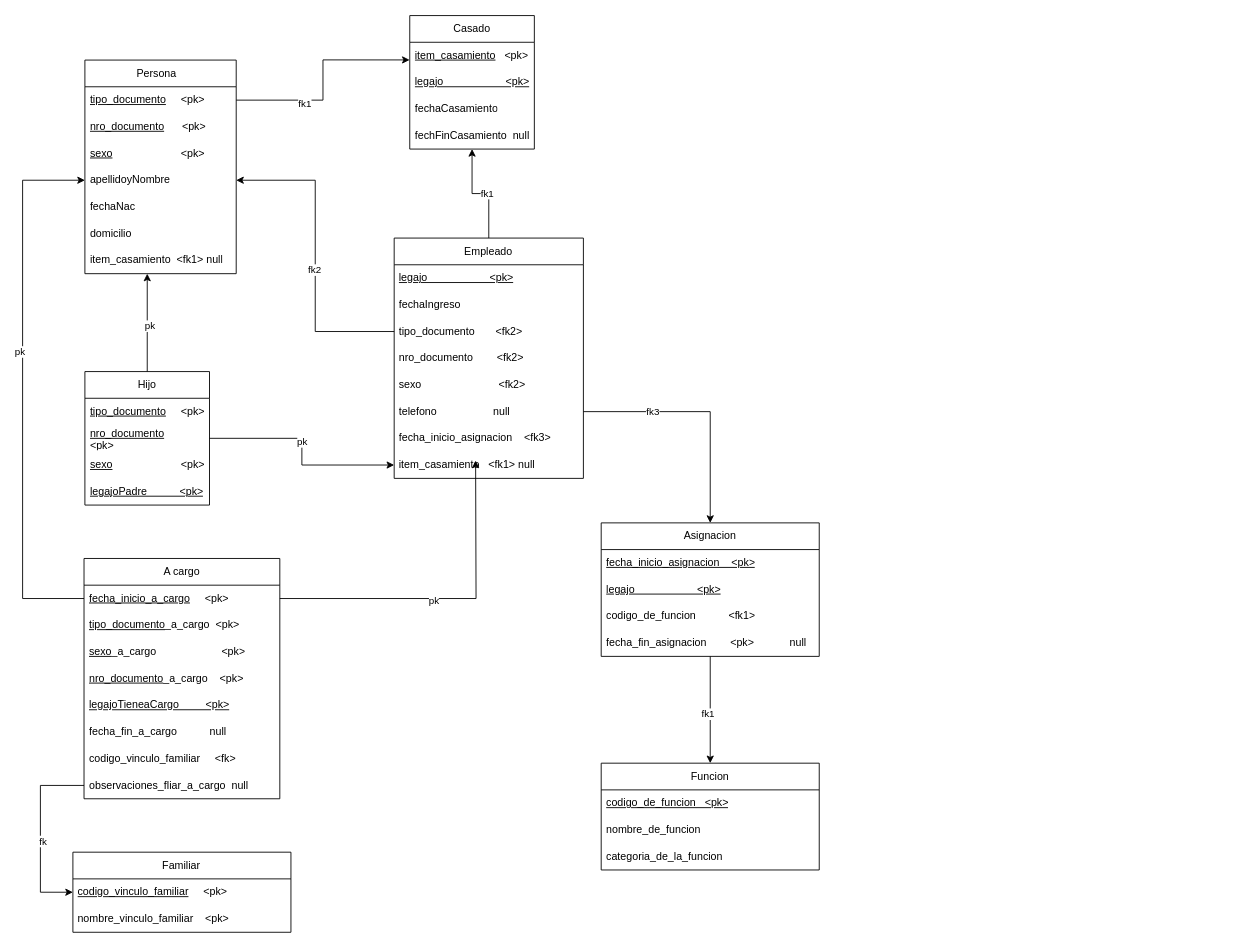
The draw.io diagram UmlFisico/Practicas/AdministracionPersonal.drawio in Logan6422/UMLDiagrams, before the edit. Source tidied: cells renumbered, new cells numbered last; positions are measured from the earlier drawing's top-left corner, leaving out a move shared by most shapes. Both pictures are drawn from the tidied source at 89%, with x=0, y=0 at pixel (22, 15).
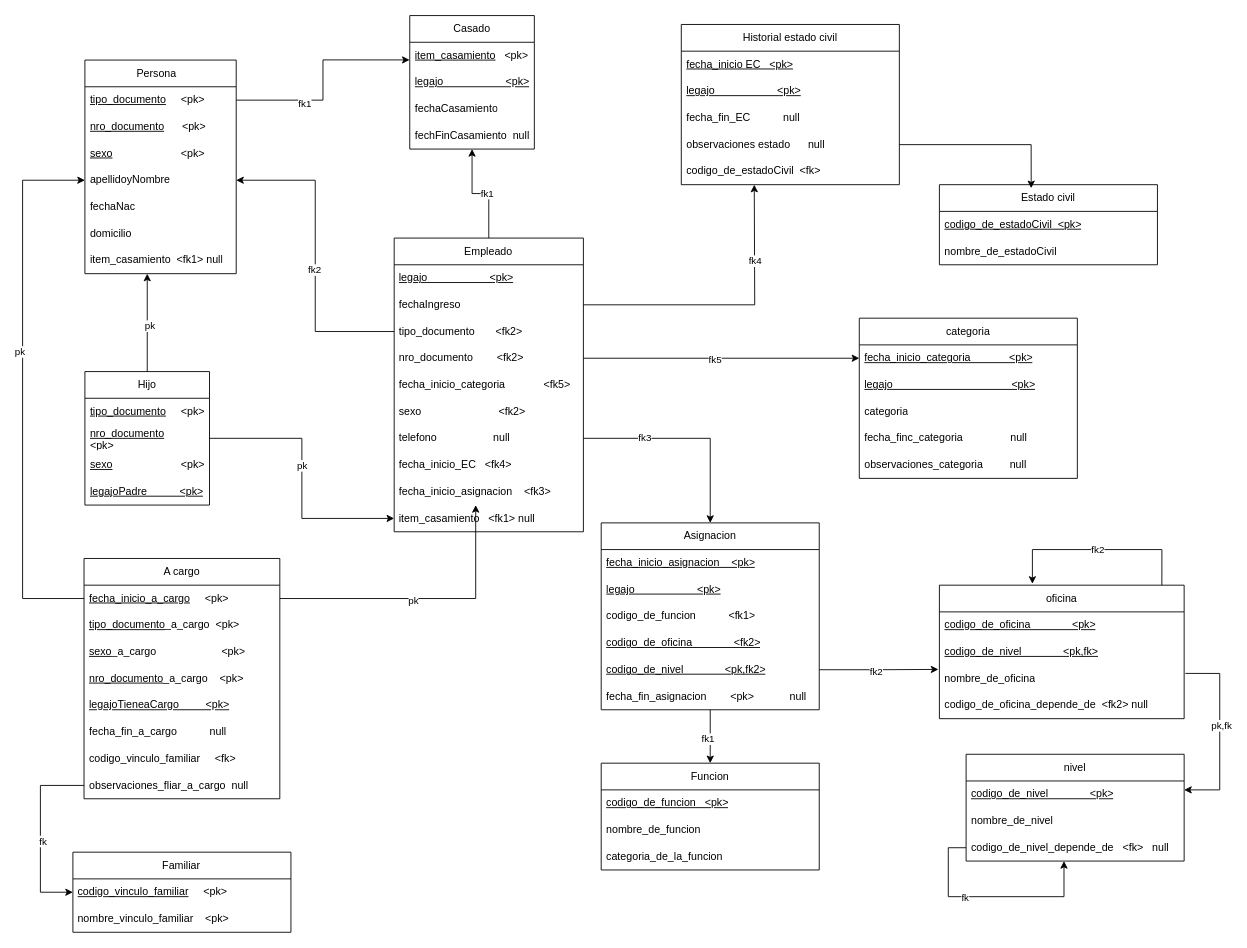
After the change.

Commit message:
finished AdministracionPersonsal

The change refers to these unchanged cells:
```xml
<mxCell id="19" value="fechaIngreso" style="text;strokeColor=none;fillColor=none;align=left;verticalAlign=middle;spacingLeft=4;spacingRight=4;overflow=hidden;points=[[0,0.5],[1,0.5]];portConstraint=eastwest;whiteSpace=wrap;html=1;" parent="17" vertex="1">
  <mxGeometry y="60" width="212.6" height="30" as="geometry" />
</mxCell>
<mxCell id="21" value="nro_documento&amp;nbsp; &amp;nbsp;&amp;nbsp;&amp;nbsp;&amp;nbsp;&amp;nbsp; &amp;lt;fk2&amp;gt;" style="text;strokeColor=none;fillColor=none;align=left;verticalAlign=middle;spacingLeft=4;spacingRight=4;overflow=hidden;points=[[0,0.5],[1,0.5]];portConstraint=eastwest;whiteSpace=wrap;html=1;" parent="17" vertex="1">
  <mxGeometry y="120" width="212.6" height="30" as="geometry" />
</mxCell>
<mxCell id="39" value="A cargo" style="swimlane;fontStyle=0;horizontal=1;startSize=30;whiteSpace=wrap;html=1;" parent="1" vertex="1">
  <mxGeometry x="68.9" y="610" width="220" height="270" as="geometry" />
</mxCell>
<mxCell id="42" value="&lt;u&gt;fecha_inicio_a_cargo&lt;/u&gt;&amp;nbsp;&amp;nbsp;&amp;nbsp;&amp;nbsp; &amp;lt;pk&amp;gt;" style="text;strokeColor=none;fillColor=none;align=left;verticalAlign=middle;spacingLeft=4;spacingRight=4;overflow=hidden;points=[[0,0.5],[1,0.5]];portConstraint=eastwest;whiteSpace=wrap;html=1;" parent="39" vertex="1">
  <mxGeometry y="30" width="220" height="30" as="geometry" />
</mxCell>
```

What changed in the source:
```diff
@@
     <mxCell id="17" value="Empleado" style="swimlane;fontStyle=0;horizontal=1;startSize=30;whiteSpace=wrap;html=1;" parent="1" vertex="1">
-      <mxGeometry x="417.4" y="250" width="212.6" height="270" as="geometry" />
+      <mxGeometry x="417.4" y="250" width="212.6" height="330" as="geometry" />
     </mxCell>
@@
+    <mxCell id="70" value="fecha_inicio_categoria&amp;nbsp;&amp;nbsp;&amp;nbsp;&amp;nbsp;&amp;nbsp;&amp;nbsp;&amp;nbsp;&amp;nbsp;&amp;nbsp;&amp;nbsp;&amp;nbsp;&amp;nbsp; &amp;lt;fk5&amp;gt;" style="text;strokeColor=none;fillColor=none;align=left;verticalAlign=middle;spacingLeft=4;spacingRight=4;overflow=hidden;whiteSpace=wrap;html=1;" parent="17" vertex="1">
+      <mxGeometry y="150" width="212.6" height="30" as="geometry" />
+    </mxCell>
     <mxCell id="22" value="sexo &amp;nbsp; &amp;nbsp; &amp;nbsp; &amp;nbsp; &amp;nbsp; &amp;nbsp; &amp;nbsp; &amp;nbsp; &amp;nbsp; &amp;nbsp; &amp;nbsp;&amp;nbsp;&amp;nbsp;&amp;nbsp; &amp;lt;fk2&amp;gt;" style="text;strokeColor=none;fillColor=none;align=left;verticalAlign=middle;spacingLeft=4;spacingRight=4;overflow=hidden;whiteSpace=wrap;html=1;" parent="17" vertex="1">
-      <mxGeometry y="150" width="212.6" height="30" as="geometry" />
+      <mxGeometry y="180" width="212.6" height="30" as="geometry" />
     </mxCell>
     <mxCell id="23" value="telefono &amp;nbsp; &amp;nbsp; &amp;nbsp; &amp;nbsp; &amp;nbsp; &amp;nbsp; &amp;nbsp; &amp;nbsp;&amp;nbsp;&amp;nbsp; null" style="text;strokeColor=none;fillColor=none;align=left;verticalAlign=middle;spacingLeft=4;spacingRight=4;overflow=hidden;points=[[0,0.5],[1,0.5]];portConstraint=eastwest;whiteSpace=wrap;html=1;" parent="17" vertex="1">
-      <mxGeometry y="180" width="212.6" height="30" as="geometry" />
+      <mxGeometry y="210" width="212.6" height="30" as="geometry" />
     </mxCell>
+    <mxCell id="71" value="fecha_inicio_EC &amp;nbsp; &amp;lt;fk4&amp;gt;" style="text;strokeColor=none;fillColor=none;align=left;verticalAlign=middle;spacingLeft=4;spacingRight=4;overflow=hidden;whiteSpace=wrap;html=1;" parent="17" vertex="1">
+      <mxGeometry y="240" width="212.6" height="30" as="geometry" />
+    </mxCell>
     <mxCell id="24" value="fecha_inicio_asignacion &amp;nbsp;&amp;nbsp; &amp;lt;fk3&amp;gt;" style="text;strokeColor=none;fillColor=none;align=left;verticalAlign=middle;spacingLeft=4;spacingRight=4;overflow=hidden;whiteSpace=wrap;html=1;" parent="17" vertex="1">
-      <mxGeometry y="210" width="212.6" height="30" as="geometry" />
+      <mxGeometry y="270" width="212.6" height="30" as="geometry" />
     </mxCell>
     <mxCell id="25" value="item_casamiento&amp;nbsp;&amp;nbsp; &amp;lt;fk1&amp;gt; null" style="text;strokeColor=none;fillColor=none;align=left;verticalAlign=middle;spacingLeft=4;spacingRight=4;overflow=hidden;points=[[0,0.5],[1,0.5]];portConstraint=eastwest;whiteSpace=wrap;html=1;" parent="17" vertex="1">
-      <mxGeometry y="240" width="212.6" height="30" as="geometry" />
+      <mxGeometry y="300" width="212.6" height="30" as="geometry" />
     </mxCell>
@@
-    <mxCell id="40" style="edgeStyle=orthogonalEdgeStyle;rounded=0;jettySize=auto;html=1;" parent="39" edge="1" source="42">
-      <mxGeometry relative="1" as="geometry">
-        <mxPoint x="440" y="-110" as="targetPoint" />
-      </mxGeometry>
-    </mxCell>
-    <mxCell id="41" value="pk" style="edgeLabel;html=1;align=center;verticalAlign=middle;" parent="40" vertex="1">
-      <mxGeometry x="-0.08" y="-2" relative="1" as="geometry" />
-    </mxCell>
@@
     <mxCell id="57" value="Asignacion" style="swimlane;fontStyle=0;horizontal=1;startSize=30;whiteSpace=wrap;html=1;" parent="1" vertex="1">
-      <mxGeometry x="650" y="570" width="245" height="150" as="geometry" />
+      <mxGeometry x="650" y="570" width="245" height="210" as="geometry" />
     </mxCell>
@@
+    <mxCell id="72" value="&lt;u&gt;codigo_de_oficina&amp;nbsp;&amp;nbsp;&amp;nbsp;&amp;nbsp;&amp;nbsp;&amp;nbsp;&amp;nbsp;&amp;nbsp;&amp;nbsp;&amp;nbsp;&amp;nbsp;&amp;nbsp;&amp;nbsp; &amp;lt;fk2&amp;gt;&lt;br&gt;&lt;/u&gt;" style="text;strokeColor=none;fillColor=none;align=left;verticalAlign=middle;spacingLeft=4;spacingRight=4;overflow=hidden;whiteSpace=wrap;html=1;" parent="57" vertex="1">
+      <mxGeometry y="120" width="245" height="30" as="geometry" />
+    </mxCell>
+    <mxCell id="73" value="&lt;u&gt;codigo_de_nivel &amp;nbsp;&amp;nbsp;&amp;nbsp;&amp;nbsp;&amp;nbsp;&amp;nbsp;&amp;nbsp;&amp;nbsp;&amp;nbsp;&amp;nbsp;&amp;nbsp;&amp;nbsp; &amp;lt;pk,fk2&amp;gt;&lt;br&gt;&lt;/u&gt;" style="text;strokeColor=none;fillColor=none;align=left;verticalAlign=middle;spacingLeft=4;spacingRight=4;overflow=hidden;points=[[0,0.5],[1,0.5]];portConstraint=eastwest;whiteSpace=wrap;html=1;" parent="57" vertex="1">
+      <mxGeometry y="150" width="245" height="30" as="geometry" />
+    </mxCell>
     <mxCell id="61" value="fecha_fin_asignacion &amp;nbsp; &amp;nbsp; &amp;nbsp;&amp;nbsp; &amp;lt;pk&amp;gt;&amp;nbsp;&amp;nbsp;&amp;nbsp;&amp;nbsp;&amp;nbsp;&amp;nbsp;&amp;nbsp;&amp;nbsp;&amp;nbsp;&amp;nbsp;&amp;nbsp; null" style="text;strokeColor=none;fillColor=none;align=left;verticalAlign=middle;spacingLeft=4;spacingRight=4;overflow=hidden;whiteSpace=wrap;html=1;" parent="57" vertex="1">
-      <mxGeometry y="120" width="245" height="30" as="geometry" />
+      <mxGeometry y="180" width="245" height="30" as="geometry" />
     </mxCell>
@@
+    <mxCell id="74" value="Historial estado civil" style="swimlane;fontStyle=0;horizontal=1;startSize=30;whiteSpace=wrap;html=1;" parent="1" vertex="1">
+      <mxGeometry x="740" y="10" width="245" height="180" as="geometry" />
+    </mxCell>
+    <mxCell id="75" value="&lt;u&gt;fecha_inicio EC &amp;nbsp; &amp;lt;pk&amp;gt;&lt;/u&gt;" style="text;strokeColor=none;fillColor=none;align=left;verticalAlign=middle;spacingLeft=4;spacingRight=4;overflow=hidden;whiteSpace=wrap;html=1;" parent="74" vertex="1">
+      <mxGeometry y="30" width="245" height="30" as="geometry" />
+    </mxCell>
+    <mxCell id="76" value="&lt;u&gt;legajo &amp;nbsp; &amp;nbsp; &amp;nbsp; &amp;nbsp; &amp;nbsp; &amp;nbsp; &amp;nbsp; &amp;nbsp; &amp;nbsp; &amp;nbsp; &amp;lt;pk&amp;gt;&lt;/u&gt;" style="text;strokeColor=none;fillColor=none;align=left;verticalAlign=middle;spacingLeft=4;spacingRight=4;overflow=hidden;whiteSpace=wrap;html=1;" parent="74" vertex="1">
+      <mxGeometry y="60" width="245" height="30" as="geometry" />
+    </mxCell>
+    <mxCell id="77" value="fecha_fin_EC&amp;nbsp;&amp;nbsp;&amp;nbsp;&amp;nbsp;&amp;nbsp;&amp;nbsp;&amp;nbsp;&amp;nbsp;&amp;nbsp;&amp;nbsp; null" style="text;strokeColor=none;fillColor=none;align=left;verticalAlign=middle;spacingLeft=4;spacingRight=4;overflow=hidden;whiteSpace=wrap;html=1;" parent="74" vertex="1">
+      <mxGeometry y="90" width="245" height="30" as="geometry" />
+    </mxCell>
+    <mxCell id="78" value="&lt;div&gt;observaciones estado&amp;nbsp;&amp;nbsp;&amp;nbsp;&amp;nbsp;&amp;nbsp; null&lt;/div&gt;" style="text;strokeColor=none;fillColor=none;align=left;verticalAlign=middle;spacingLeft=4;spacingRight=4;overflow=hidden;points=[[0,0.5],[1,0.5]];portConstraint=eastwest;whiteSpace=wrap;html=1;" parent="74" vertex="1">
+      <mxGeometry y="120" width="245" height="30" as="geometry" />
+    </mxCell>
+    <mxCell id="79" value="codigo_de_estadoCivil&amp;nbsp; &amp;lt;fk&amp;gt;" style="text;strokeColor=none;fillColor=none;align=left;verticalAlign=middle;spacingLeft=4;spacingRight=4;overflow=hidden;whiteSpace=wrap;html=1;" parent="74" vertex="1">
+      <mxGeometry y="150" width="245" height="30" as="geometry" />
+    </mxCell>
+    <mxCell id="80" style="edgeStyle=orthogonalEdgeStyle;rounded=0;jettySize=auto;html=1;" parent="1" edge="1" source="19">
+      <mxGeometry relative="1" as="geometry">
+        <mxPoint x="822" y="190" as="targetPoint" />
+      </mxGeometry>
+    </mxCell>
+    <mxCell id="81" value="fk4" style="edgeLabel;html=1;align=center;verticalAlign=middle;" parent="80" vertex="1">
+      <mxGeometry x="0.48" relative="1" as="geometry" />
+    </mxCell>
+    <mxCell id="82" value="Estado civil" style="swimlane;fontStyle=0;horizontal=1;startSize=30;whiteSpace=wrap;html=1;" parent="1" vertex="1">
+      <mxGeometry x="1030" y="190" width="245" height="90" as="geometry" />
+    </mxCell>
+    <mxCell id="83" value="&lt;u&gt;codigo_de_estadoCivil&amp;nbsp; &amp;lt;pk&amp;gt;&lt;/u&gt;" style="text;strokeColor=none;fillColor=none;align=left;verticalAlign=middle;spacingLeft=4;spacingRight=4;overflow=hidden;whiteSpace=wrap;html=1;" parent="82" vertex="1">
+      <mxGeometry y="30" width="245" height="30" as="geometry" />
+    </mxCell>
+    <mxCell id="84" value="nombre_de_estadoCivil" style="text;strokeColor=none;fillColor=none;align=left;verticalAlign=middle;spacingLeft=4;spacingRight=4;overflow=hidden;whiteSpace=wrap;html=1;" parent="82" vertex="1">
+      <mxGeometry y="60" width="245" height="30" as="geometry" />
+    </mxCell>
+    <mxCell id="85" style="edgeStyle=orthogonalEdgeStyle;rounded=0;jettySize=auto;html=1;entryX=0.421;entryY=0.044;entryDx=0;entryDy=0;entryPerimeter=0;" parent="1" edge="1" source="78" target="82">
+      <mxGeometry relative="1" as="geometry" />
+    </mxCell>
+    <mxCell id="40" style="edgeStyle=orthogonalEdgeStyle;rounded=0;jettySize=auto;html=1;" parent="1" edge="1" source="42">
+      <mxGeometry relative="1" as="geometry">
+        <mxPoint x="509" y="550" as="targetPoint" />
+        <Array as="points">
+          <mxPoint x="508.9" y="655" />
+          <mxPoint x="508.9" y="550" />
+        </Array>
+      </mxGeometry>
+    </mxCell>
+    <mxCell id="41" value="pk" style="edgeLabel;html=1;align=center;verticalAlign=middle;" parent="40" vertex="1">
+      <mxGeometry x="-0.08" y="-2" relative="1" as="geometry" />
+    </mxCell>
+    <mxCell id="86" value="categoria" style="swimlane;fontStyle=0;horizontal=1;startSize=30;whiteSpace=wrap;html=1;" parent="1" vertex="1">
+      <mxGeometry x="940" y="340" width="245" height="180" as="geometry" />
+    </mxCell>
+    <mxCell id="87" value="&lt;u&gt;fecha_inicio_categoria&amp;nbsp;&amp;nbsp;&amp;nbsp;&amp;nbsp;&amp;nbsp;&amp;nbsp;&amp;nbsp;&amp;nbsp;&amp;nbsp;&amp;nbsp;&amp;nbsp;&amp;nbsp; &amp;lt;pk&amp;gt;&lt;/u&gt;" style="text;strokeColor=none;fillColor=none;align=left;verticalAlign=middle;spacingLeft=4;spacingRight=4;overflow=hidden;points=[[0,0.5],[1,0.5]];portConstraint=eastwest;whiteSpace=wrap;html=1;" parent="86" vertex="1">
+      <mxGeometry y="30" width="245" height="30" as="geometry" />
+    </mxCell>
+    <mxCell id="88" value="&lt;u&gt;legajo &amp;nbsp; &amp;nbsp; &amp;nbsp; &amp;nbsp; &amp;nbsp; &amp;nbsp; &amp;nbsp; &amp;nbsp; &amp;nbsp; &amp;nbsp;&amp;nbsp;&amp;nbsp;&amp;nbsp;&amp;nbsp;&amp;nbsp;&amp;nbsp;&amp;nbsp;&amp;nbsp;&amp;nbsp;&amp;nbsp;&amp;nbsp;&amp;nbsp;&amp;nbsp;&amp;nbsp;&amp;nbsp;&amp;nbsp;&amp;nbsp;&amp;nbsp;&amp;nbsp; &amp;lt;pk&amp;gt;&lt;/u&gt;" style="text;strokeColor=none;fillColor=none;align=left;verticalAlign=middle;spacingLeft=4;spacingRight=4;overflow=hidden;whiteSpace=wrap;html=1;" parent="86" vertex="1">
+      <mxGeometry y="60" width="245" height="30" as="geometry" />
+    </mxCell>
+    <mxCell id="89" value="categoria" style="text;strokeColor=none;fillColor=none;align=left;verticalAlign=middle;spacingLeft=4;spacingRight=4;overflow=hidden;whiteSpace=wrap;html=1;" parent="86" vertex="1">
+      <mxGeometry y="90" width="245" height="30" as="geometry" />
+    </mxCell>
+    <mxCell id="90" value="fecha_finc_categoria&amp;nbsp;&amp;nbsp;&amp;nbsp;&amp;nbsp;&amp;nbsp;&amp;nbsp;&amp;nbsp;&amp;nbsp;&amp;nbsp;&amp;nbsp;&amp;nbsp;&amp;nbsp;&amp;nbsp;&amp;nbsp;&amp;nbsp; null" style="text;strokeColor=none;fillColor=none;align=left;verticalAlign=middle;spacingLeft=4;spacingRight=4;overflow=hidden;whiteSpace=wrap;html=1;" parent="86" vertex="1">
+      <mxGeometry y="120" width="245" height="30" as="geometry" />
+    </mxCell>
+    <mxCell id="91" value="observaciones_categoria&amp;nbsp;&amp;nbsp;&amp;nbsp;&amp;nbsp;&amp;nbsp;&amp;nbsp;&amp;nbsp;&amp;nbsp; null" style="text;strokeColor=none;fillColor=none;align=left;verticalAlign=middle;spacingLeft=4;spacingRight=4;overflow=hidden;whiteSpace=wrap;html=1;" parent="86" vertex="1">
+      <mxGeometry y="150" width="245" height="30" as="geometry" />
+    </mxCell>
+    <mxCell id="92" style="edgeStyle=orthogonalEdgeStyle;rounded=0;jettySize=auto;html=1;entryX=0;entryY=0.5;entryDx=0;entryDy=0;" parent="1" edge="1" source="21" target="87">
+      <mxGeometry relative="1" as="geometry" />
+    </mxCell>
+    <mxCell id="93" value="fk5" style="edgeLabel;html=1;align=center;verticalAlign=middle;" parent="92" vertex="1">
+      <mxGeometry x="-0.05" y="-1" relative="1" as="geometry" />
+    </mxCell>
+    <mxCell id="94" value="oficina" style="swimlane;fontStyle=0;horizontal=1;startSize=30;whiteSpace=wrap;html=1;" parent="1" vertex="1">
+      <mxGeometry x="1030" y="640" width="275" height="150" as="geometry" />
+    </mxCell>
+    <mxCell id="95" value="&lt;u&gt;codigo_de_oficina&amp;nbsp;&amp;nbsp;&amp;nbsp;&amp;nbsp;&amp;nbsp;&amp;nbsp;&amp;nbsp;&amp;nbsp;&amp;nbsp;&amp;nbsp;&amp;nbsp;&amp;nbsp;&amp;nbsp; &amp;lt;pk&amp;gt;&lt;br&gt;&lt;/u&gt;" style="text;strokeColor=none;fillColor=none;align=left;verticalAlign=middle;spacingLeft=4;spacingRight=4;overflow=hidden;whiteSpace=wrap;html=1;" parent="94" vertex="1">
+      <mxGeometry y="30" width="275" height="30" as="geometry" />
+    </mxCell>
+    <mxCell id="96" value="&lt;u&gt;codigo_de_nivel &amp;nbsp;&amp;nbsp;&amp;nbsp;&amp;nbsp;&amp;nbsp;&amp;nbsp;&amp;nbsp;&amp;nbsp;&amp;nbsp;&amp;nbsp;&amp;nbsp;&amp;nbsp; &amp;lt;pk,fk&amp;gt;&lt;br&gt;&lt;/u&gt;" style="text;strokeColor=none;fillColor=none;align=left;verticalAlign=middle;spacingLeft=4;spacingRight=4;overflow=hidden;whiteSpace=wrap;html=1;" parent="94" vertex="1">
+      <mxGeometry y="60" width="275" height="30" as="geometry" />
+    </mxCell>
+    <mxCell id="97" value="nombre_de_oficina" style="text;strokeColor=none;fillColor=none;align=left;verticalAlign=middle;spacingLeft=4;spacingRight=4;overflow=hidden;points=[[0,0.5],[1,0.5]];portConstraint=eastwest;whiteSpace=wrap;html=1;" parent="94" vertex="1">
+      <mxGeometry y="90" width="275" height="30" as="geometry" />
+    </mxCell>
+    <mxCell id="98" value="codigo_de_oficina_depende_de&amp;nbsp; &amp;lt;fk2&amp;gt; null" style="text;strokeColor=none;fillColor=none;align=left;verticalAlign=middle;spacingLeft=4;spacingRight=4;overflow=hidden;whiteSpace=wrap;html=1;" parent="94" vertex="1">
+      <mxGeometry y="120" width="275" height="30" as="geometry" />
+    </mxCell>
+    <mxCell id="99" value="nivel" style="swimlane;fontStyle=0;horizontal=1;startSize=30;whiteSpace=wrap;html=1;" parent="1" vertex="1">
+      <mxGeometry x="1060" y="830" width="245" height="120" as="geometry" />
+    </mxCell>
+    <mxCell id="100" value="&lt;u&gt;codigo_de_nivel &amp;nbsp;&amp;nbsp;&amp;nbsp;&amp;nbsp;&amp;nbsp;&amp;nbsp;&amp;nbsp;&amp;nbsp;&amp;nbsp;&amp;nbsp;&amp;nbsp;&amp;nbsp; &amp;lt;pk&amp;gt;&lt;br&gt;&lt;/u&gt;" style="text;strokeColor=none;fillColor=none;align=left;verticalAlign=middle;spacingLeft=4;spacingRight=4;overflow=hidden;whiteSpace=wrap;html=1;" parent="99" vertex="1">
+      <mxGeometry y="30" width="245" height="30" as="geometry" />
+    </mxCell>
+    <mxCell id="101" value="nombre_de_nivel" style="text;strokeColor=none;fillColor=none;align=left;verticalAlign=middle;spacingLeft=4;spacingRight=4;overflow=hidden;whiteSpace=wrap;html=1;" parent="99" vertex="1">
+      <mxGeometry y="60" width="245" height="30" as="geometry" />
+    </mxCell>
+    <mxCell id="102" value="codigo_de_nivel_depende_de &amp;nbsp; &amp;lt;fk&amp;gt;&amp;nbsp;&amp;nbsp; null" style="text;strokeColor=none;fillColor=none;align=left;verticalAlign=middle;spacingLeft=4;spacingRight=4;overflow=hidden;points=[[0,0.5],[1,0.5]];portConstraint=eastwest;whiteSpace=wrap;html=1;" parent="99" vertex="1">
+      <mxGeometry y="90" width="245" height="30" as="geometry" />
+    </mxCell>
+    <mxCell id="103" style="edgeStyle=orthogonalEdgeStyle;rounded=0;orthogonalLoop=1;jettySize=auto;html=1;entryX=0.449;entryY=1;entryDx=0;entryDy=0;entryPerimeter=0;" parent="99" edge="1" source="102" target="102">
+      <mxGeometry relative="1" as="geometry">
+        <Array as="points">
+          <mxPoint x="-20" y="105" />
+          <mxPoint x="-20" y="160" />
+          <mxPoint x="110" y="160" />
+        </Array>
+      </mxGeometry>
+    </mxCell>
+    <mxCell id="104" value="fk" style="edgeLabel;html=1;align=center;verticalAlign=middle;" parent="103" vertex="1">
+      <mxGeometry x="-0.24" relative="1" as="geometry" />
+    </mxCell>
+    <mxCell id="105" style="edgeStyle=orthogonalEdgeStyle;rounded=0;jettySize=auto;html=1;exitX=1.005;exitY=0.305;exitDx=0;exitDy=0;exitPerimeter=0;" parent="1" edge="1" source="97">
+      <mxGeometry relative="1" as="geometry">
+        <mxPoint x="1305" y="870" as="targetPoint" />
+        <Array as="points">
+          <mxPoint x="1345" y="739" />
+          <mxPoint x="1345" y="870" />
+          <mxPoint x="1305" y="870" />
+        </Array>
+      </mxGeometry>
+    </mxCell>
+    <mxCell id="106" value="pk,fk" style="edgeLabel;html=1;align=center;verticalAlign=middle;" parent="105" vertex="1">
+      <mxGeometry x="-0.07" y="1" relative="1" as="geometry" />
+    </mxCell>
+    <mxCell id="107" value="fk2" style="edgeStyle=orthogonalEdgeStyle;rounded=0;orthogonalLoop=1;jettySize=auto;html=1;entryX=0.38;entryY=-0.01;entryDx=0;entryDy=0;entryPerimeter=0;exitX=0.909;exitY=0;exitDx=0;exitDy=0;exitPerimeter=0;" parent="1" edge="1" source="94" target="94">
+      <mxGeometry relative="1" as="geometry">
+        <Array as="points">
+          <mxPoint x="1280" y="600" />
+          <mxPoint x="1135" y="600" />
+          <mxPoint x="1135" y="639" />
+        </Array>
+      </mxGeometry>
+    </mxCell>
+    <mxCell id="108" style="edgeStyle=orthogonalEdgeStyle;rounded=0;jettySize=auto;html=1;entryX=-0.004;entryY=0.155;entryDx=0;entryDy=0;entryPerimeter=0;" parent="1" edge="1" source="73" target="97">
+      <mxGeometry relative="1" as="geometry" />
+    </mxCell>
+    <mxCell id="109" value="fk2" style="edgeLabel;html=1;align=center;verticalAlign=middle;" parent="108" vertex="1">
+      <mxGeometry x="-0.06" y="-1" relative="1" as="geometry" />
+    </mxCell>
```
